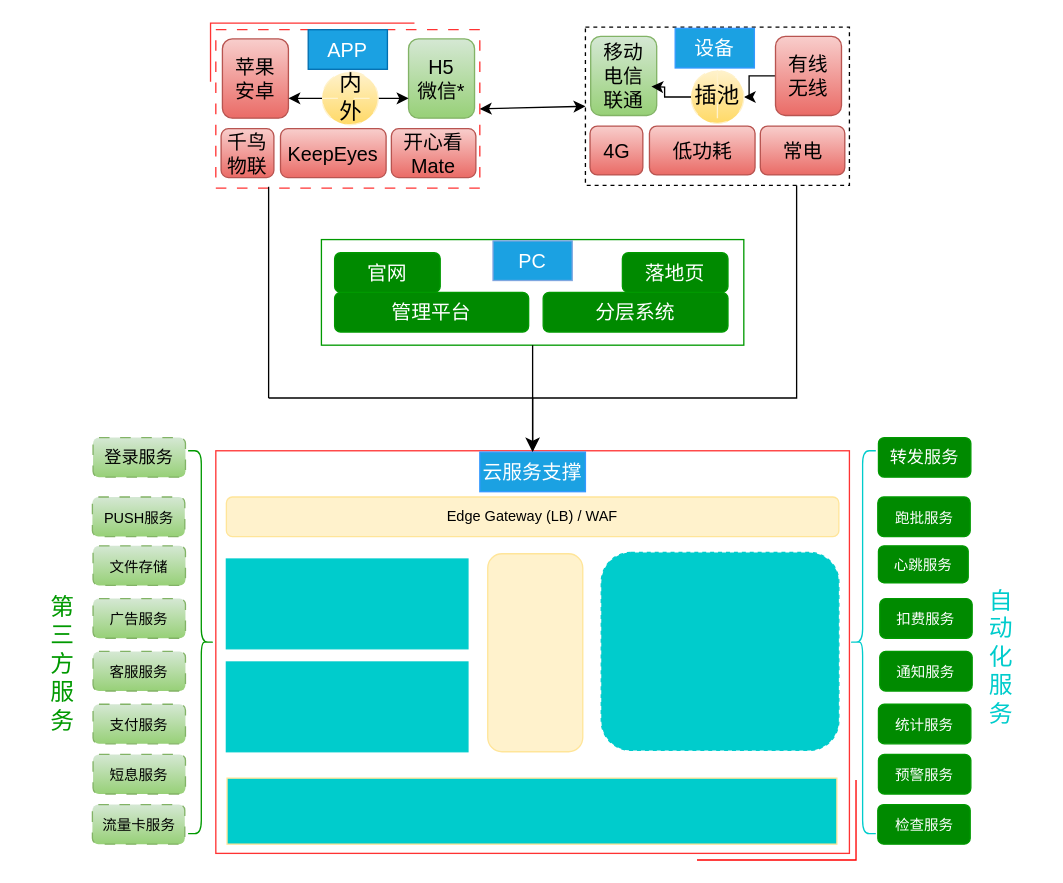
Before: cloudbirds/整体全景模型.drawio in luoyongshun/framework, a draw.io diagram. Source tidied: cells renumbered, new cells numbered last; positions are measured from the earlier drawing's top-left corner, leaving out a move shared by most shapes. Both pictures are drawn from the tidied source at 132%, with x=0, y=0 at pixel (22, 22).
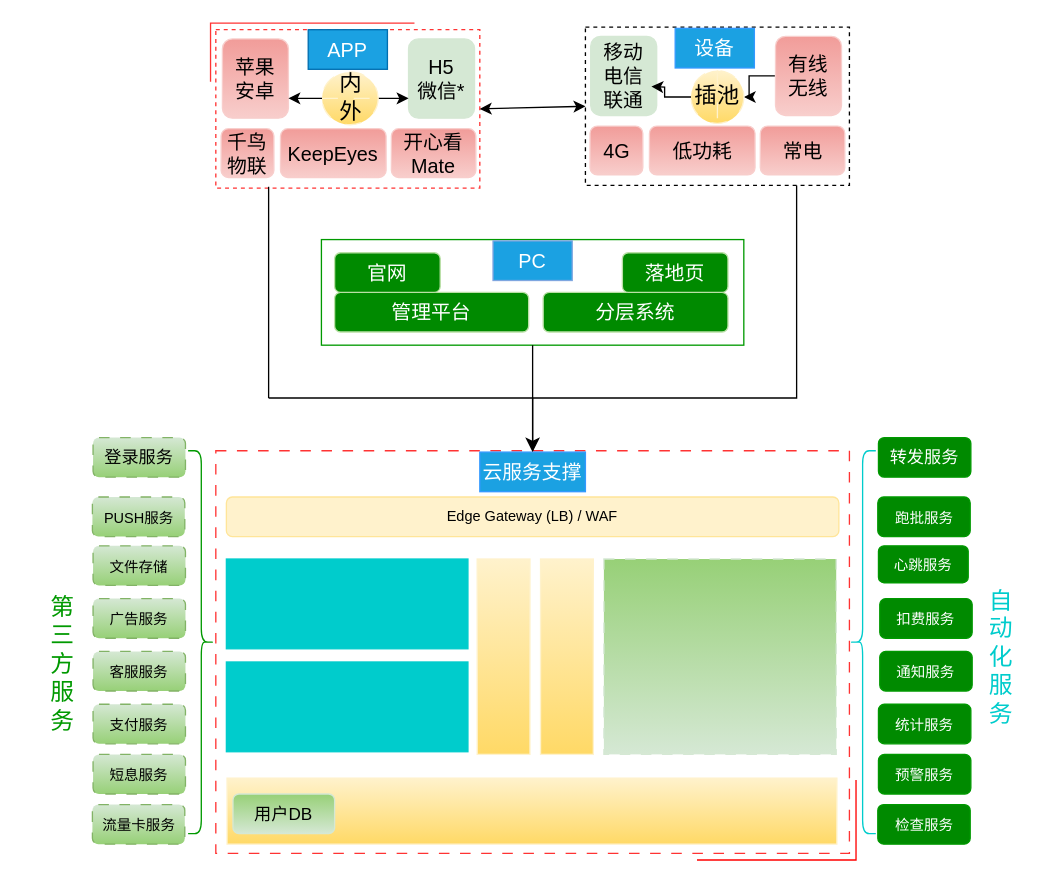
The same diagram, later.

Commit message (it also covers changes not shown here):
更新整体全景模型.drawio

The edit, as a diff of the source:
```diff
@@
-    <mxCell id="3" style="rounded=0;whiteSpace=wrap;html=1;fontSize=15;strokeColor=#FF3333;dashed=1;dashPattern=8 8;" parent="1" vertex="1">
+    <mxCell id="3" style="rounded=0;whiteSpace=wrap;html=1;fontSize=15;strokeColor=#FF3333;dashed=1;" parent="1" vertex="1">
       <mxGeometry x="146" y="5" width="200" height="120" as="geometry" />
     </mxCell>
@@
-    <mxCell id="5" style="rounded=0;whiteSpace=wrap;html=1;fontSize=15;strokeColor=#FF3333;" parent="1" vertex="1">
+    <mxCell id="5" style="rounded=0;whiteSpace=wrap;html=1;fontSize=15;strokeColor=#FF3333;dashed=1;dashPattern=8 8;" parent="1" vertex="1">
       <mxGeometry x="146" y="324" width="480" height="305" as="geometry" />
     </mxCell>
@@
-    <mxCell id="10" value="苹果&lt;br&gt;安卓" style="rounded=1;whiteSpace=wrap;html=1;fontSize=15;fillColor=#f8cecc;gradientColor=#ea6b66;strokeColor=#b85450;" parent="1" vertex="1">
+    <mxCell id="10" value="苹果&lt;br&gt;安卓" style="rounded=1;whiteSpace=wrap;html=1;fontSize=15;fillColor=#F19C99;gradientColor=#F8CECC;strokeColor=#F8CECC;" parent="1" vertex="1">
       <mxGeometry x="151" y="12" width="50" height="60" as="geometry" />
     </mxCell>
-    <mxCell id="11" value="H5&lt;br&gt;微信*" style="rounded=1;whiteSpace=wrap;html=1;fontSize=15;fillColor=#d5e8d4;gradientColor=#97d077;strokeColor=#82b366;" parent="1" vertex="1">
+    <mxCell id="11" value="H5&lt;br&gt;微信*" style="rounded=1;whiteSpace=wrap;html=1;fontSize=15;fillColor=#d5e8d4;gradientColor=#D5E8D4;strokeColor=#D5E8D4;" parent="1" vertex="1">
       <mxGeometry x="292" y="12" width="50" height="60" as="geometry" />
     </mxCell>
-    <mxCell id="12" value="&lt;font style=&quot;font-size: 15px;&quot;&gt;千鸟物联&lt;/font&gt;" style="rounded=1;whiteSpace=wrap;html=1;fontSize=15;fillColor=#f8cecc;gradientColor=#ea6b66;strokeColor=#b85450;" parent="1" vertex="1">
+    <mxCell id="12" value="&lt;font style=&quot;font-size: 15px;&quot;&gt;千鸟物联&lt;/font&gt;" style="rounded=1;whiteSpace=wrap;html=1;fontSize=15;fillColor=#F19C99;gradientColor=#F8CECC;strokeColor=#F8CECC;" parent="1" vertex="1">
       <mxGeometry x="150" y="80" width="40" height="37" as="geometry" />
     </mxCell>
-    <mxCell id="13" value="KeepEyes" style="rounded=1;whiteSpace=wrap;html=1;fontSize=15;fillColor=#f8cecc;gradientColor=#ea6b66;strokeColor=#b85450;" parent="1" vertex="1">
+    <mxCell id="13" value="KeepEyes" style="rounded=1;whiteSpace=wrap;html=1;fontSize=15;fillColor=#F19C99;gradientColor=#F8CECC;strokeColor=#F8CECC;" parent="1" vertex="1">
       <mxGeometry x="195" y="80" width="80" height="37" as="geometry" />
     </mxCell>
-    <mxCell id="14" value="开心看Mate" style="rounded=1;whiteSpace=wrap;html=1;fontSize=15;fillColor=#f8cecc;gradientColor=#ea6b66;strokeColor=#b85450;" parent="1" vertex="1">
+    <mxCell id="14" value="开心看Mate" style="rounded=1;whiteSpace=wrap;html=1;fontSize=15;fillColor=#F19C99;gradientColor=#F8CECC;strokeColor=#F8CECC;" parent="1" vertex="1">
       <mxGeometry x="279" y="80" width="64" height="37" as="geometry" />
     </mxCell>
@@
-    <mxCell id="22" value="移动&lt;br&gt;电信&lt;br&gt;联通" style="rounded=1;whiteSpace=wrap;html=1;fontSize=15;fillColor=#d5e8d4;gradientColor=#97d077;strokeColor=#82b366;" parent="1" vertex="1">
+    <mxCell id="22" value="移动&lt;br&gt;电信&lt;br&gt;联通" style="rounded=1;whiteSpace=wrap;html=1;fontSize=15;fillColor=#d5e8d4;gradientColor=#D5E8D4;strokeColor=#D5E8D4;" parent="1" vertex="1">
       <mxGeometry x="430" y="10" width="50" height="60" as="geometry" />
     </mxCell>
@@
-    <mxCell id="24" value="有线&lt;br&gt;无线" style="rounded=1;whiteSpace=wrap;html=1;fontSize=15;fillColor=#f8cecc;gradientColor=#ea6b66;strokeColor=#b85450;" parent="1" vertex="1">
+    <mxCell id="24" value="有线&lt;br&gt;无线" style="rounded=1;whiteSpace=wrap;html=1;fontSize=15;fillColor=#F19C99;gradientColor=#F8CECC;strokeColor=#F8CECC;" parent="1" vertex="1">
       <mxGeometry x="570" y="10" width="50" height="60" as="geometry" />
     </mxCell>
-    <mxCell id="25" value="4G" style="rounded=1;whiteSpace=wrap;html=1;fontSize=15;fillColor=#f8cecc;gradientColor=#ea6b66;strokeColor=#b85450;" parent="1" vertex="1">
+    <mxCell id="25" value="4G" style="rounded=1;whiteSpace=wrap;html=1;fontSize=15;fillColor=#F19C99;gradientColor=#F8CECC;strokeColor=#F8CECC;" parent="1" vertex="1">
       <mxGeometry x="429.5" y="78" width="40" height="37" as="geometry" />
     </mxCell>
-    <mxCell id="26" value="低功耗" style="rounded=1;whiteSpace=wrap;html=1;fontSize=15;fillColor=#f8cecc;gradientColor=#ea6b66;strokeColor=#b85450;" parent="1" vertex="1">
+    <mxCell id="26" value="低功耗" style="rounded=1;whiteSpace=wrap;html=1;fontSize=15;fillColor=#F19C99;gradientColor=#F8CECC;strokeColor=#F8CECC;" parent="1" vertex="1">
       <mxGeometry x="474.5" y="78" width="80" height="37" as="geometry" />
     </mxCell>
-    <mxCell id="27" value="常电" style="rounded=1;whiteSpace=wrap;html=1;fontSize=15;fillColor=#f8cecc;gradientColor=#ea6b66;strokeColor=#b85450;" parent="1" vertex="1">
+    <mxCell id="27" value="常电" style="rounded=1;whiteSpace=wrap;html=1;fontSize=15;fillColor=#F19C99;gradientColor=#F8CECC;strokeColor=#F8CECC;" parent="1" vertex="1">
       <mxGeometry x="558.5" y="78" width="64" height="37" as="geometry" />
     </mxCell>
@@
-    <mxCell id="33" value="管理平台" style="rounded=1;whiteSpace=wrap;html=1;fontSize=15;fillColor=#008a00;strokeColor=#009900;fontColor=#ffffff;" parent="1" vertex="1">
+    <mxCell id="33" value="管理平台" style="rounded=1;whiteSpace=wrap;html=1;fontSize=15;fillColor=#008a00;strokeColor=#B9E0A5;fontColor=#ffffff;" parent="1" vertex="1">
       <mxGeometry x="236" y="204" width="147" height="30" as="geometry" />
     </mxCell>
-    <mxCell id="34" value="分层系统" style="rounded=1;whiteSpace=wrap;html=1;fontSize=15;fillColor=#008a00;strokeColor=#009900;fontColor=#ffffff;" parent="1" vertex="1">
+    <mxCell id="34" value="分层系统" style="rounded=1;whiteSpace=wrap;html=1;fontSize=15;fillColor=#008a00;strokeColor=#B9E0A5;fontColor=#ffffff;" parent="1" vertex="1">
       <mxGeometry x="394" y="204" width="140" height="30" as="geometry" />
     </mxCell>
-    <mxCell id="35" value="官网" style="rounded=1;whiteSpace=wrap;html=1;fontSize=15;fillColor=#008a00;strokeColor=#009900;fontColor=#ffffff;" parent="1" vertex="1">
+    <mxCell id="35" value="官网" style="rounded=1;whiteSpace=wrap;html=1;fontSize=15;fillColor=#008a00;strokeColor=#B9E0A5;fontColor=#ffffff;" parent="1" vertex="1">
       <mxGeometry x="236" y="174" width="80" height="30" as="geometry" />
     </mxCell>
-    <mxCell id="36" value="落地页" style="rounded=1;whiteSpace=wrap;html=1;fontSize=15;fillColor=#008a00;strokeColor=#009900;fontColor=#ffffff;" parent="1" vertex="1">
+    <mxCell id="36" value="落地页" style="rounded=1;whiteSpace=wrap;html=1;fontSize=15;fillColor=#008a00;strokeColor=#B9E0A5;fontColor=#ffffff;" parent="1" vertex="1">
       <mxGeometry x="454" y="174" width="80" height="30" as="geometry" />
     </mxCell>
@@
-    <mxCell id="45" style="rounded=1;whiteSpace=wrap;html=1;strokeColor=#00CCCC;fontSize=11;fillColor=#00CCCC;dashed=1;" parent="1" vertex="1">
-      <mxGeometry x="438" y="401" width="180" height="150" as="geometry" />
-    </mxCell>
@@
-    <mxCell id="59" style="rounded=1;whiteSpace=wrap;html=1;strokeColor=#FFE599;fontSize=11;fillColor=#FFF2CC;" parent="1" vertex="1">
-      <mxGeometry x="352" y="402" width="72" height="150" as="geometry" />
-    </mxCell>
@@
-    <mxCell id="62" style="rounded=0;whiteSpace=wrap;html=1;strokeColor=#FFE599;fontSize=13;fontColor=#00CCCC;fillColor=#00CCCC;" parent="1" vertex="1">
+    <mxCell id="62" style="rounded=0;whiteSpace=wrap;html=1;strokeColor=#FFF2CC;fontSize=13;fillColor=#fff2cc;gradientColor=#ffd966;" parent="1" vertex="1">
       <mxGeometry x="154.5" y="572" width="462" height="50" as="geometry" />
     </mxCell>
+    <mxCell id="63" style="rounded=0;whiteSpace=wrap;html=1;dashed=1;dashPattern=8 8;strokeColor=#D5E8D4;fontSize=13;fontColor=#00CCCC;fillColor=#97D077;gradientColor=#D5E8D4;" parent="1" vertex="1">
+      <mxGeometry x="440" y="406" width="176" height="148" as="geometry" />
+    </mxCell>
+    <mxCell id="64" style="rounded=0;whiteSpace=wrap;html=1;strokeColor=#FFF2CC;fontSize=13;fillColor=#fff2cc;gradientColor=#ffd966;" parent="1" vertex="1">
+      <mxGeometry x="344" y="406" width="40" height="148" as="geometry" />
+    </mxCell>
+    <mxCell id="65" style="rounded=0;whiteSpace=wrap;html=1;strokeColor=#FFF2CC;fontSize=13;fillColor=#fff2cc;gradientColor=#ffd966;" parent="1" vertex="1">
+      <mxGeometry x="392" y="406" width="40" height="148" as="geometry" />
+    </mxCell>
+    <mxCell id="66" value="&lt;font color=&quot;#000000&quot;&gt;用户DB&lt;/font&gt;" style="rounded=1;whiteSpace=wrap;html=1;strokeColor=#D5E8D4;fontSize=13;fontColor=#00CCCC;fillColor=#97D077;gradientColor=#D5E8D4;" parent="1" vertex="1">
+      <mxGeometry x="159" y="584" width="77" height="30" as="geometry" />
+    </mxCell>
```
